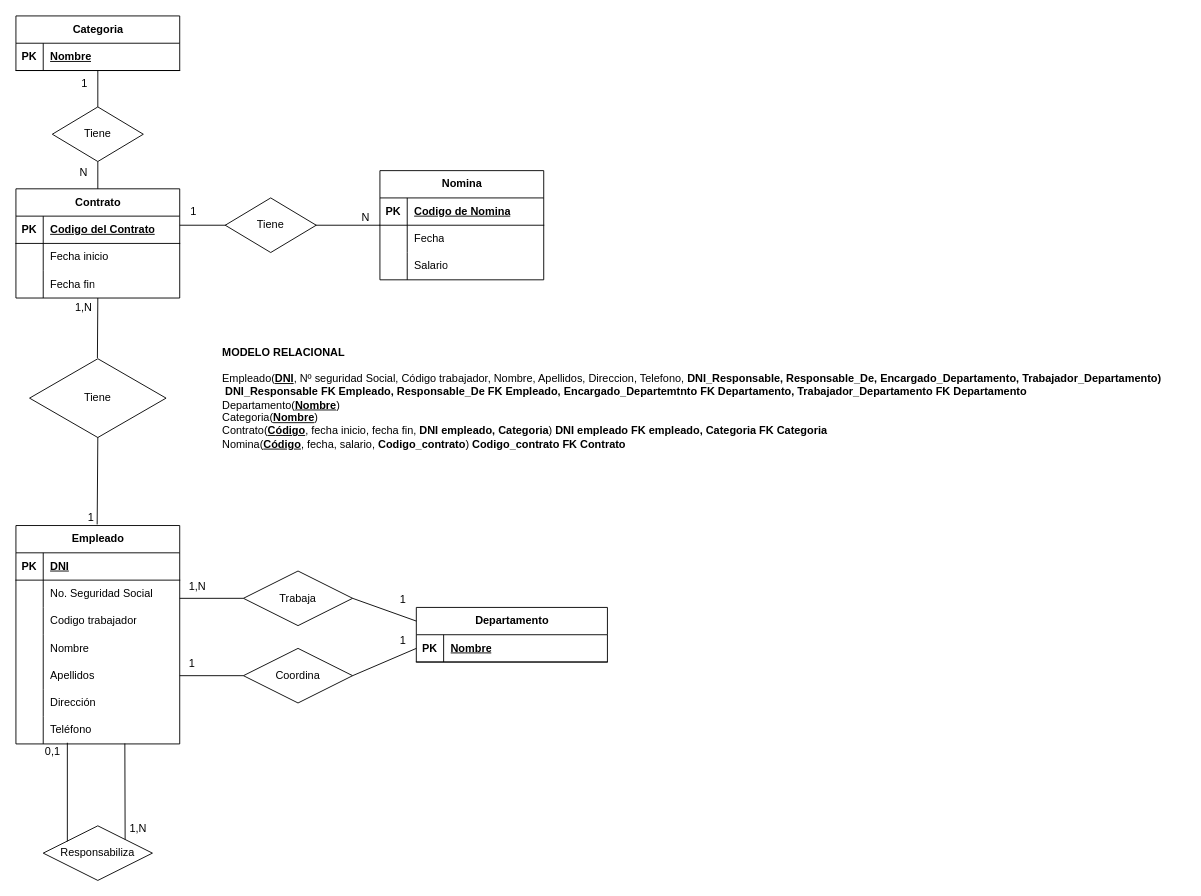
The draw.io diagram Ejercicio_7_Organigrama.drawio in BasementHalfStackDev/ejercicios-ud12, before the edit. Source tidied: cells renumbered, new cells numbered last; positions are measured from the earlier drawing's top-left corner, leaving out a move shared by most shapes. Both pictures are drawn from the tidied source at 91%, with x=0, y=0 at pixel (15, 15).
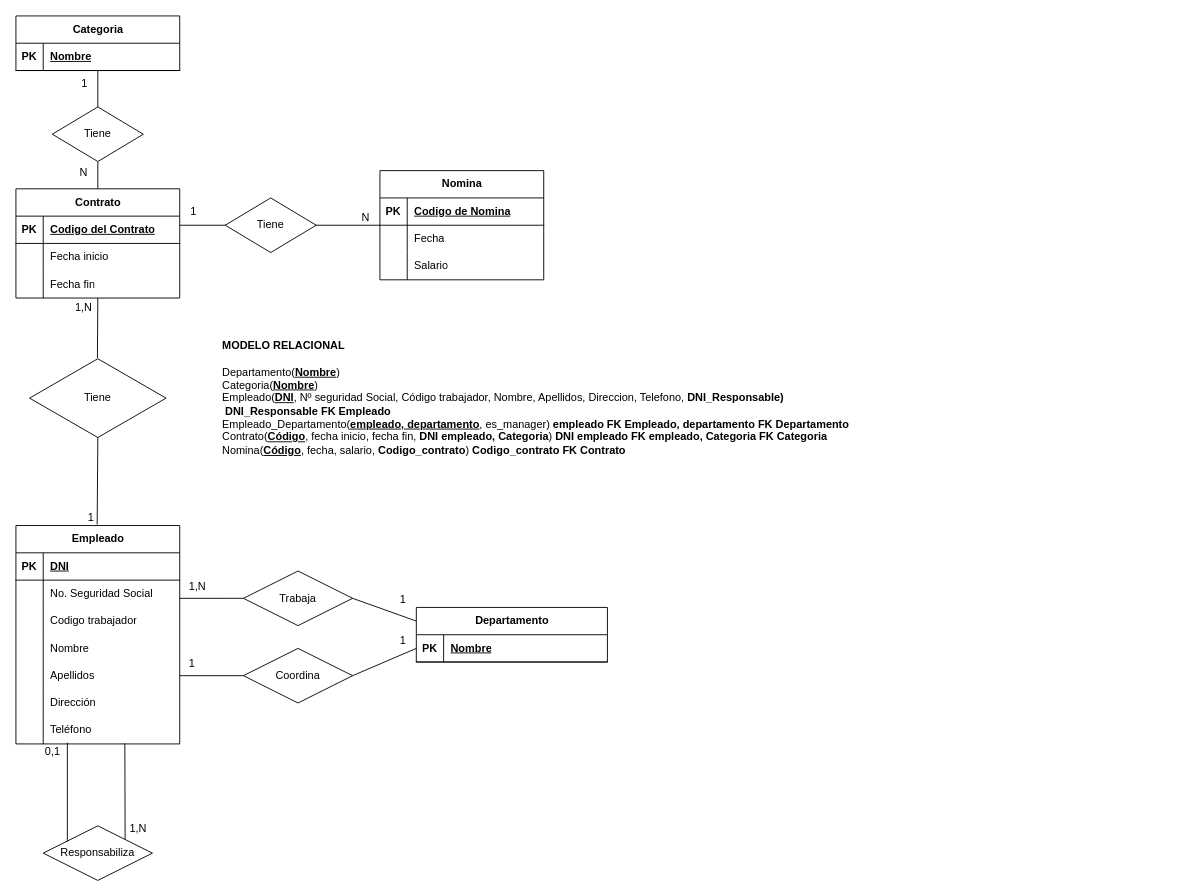
After the change.

The edit, as a diff of the source:
```diff
@@
-    <mxCell id="82" value="&lt;div style=&quot;&quot;&gt;&lt;b&gt;MODELO RELACIONAL&lt;/b&gt;&lt;/div&gt;&lt;div style=&quot;&quot;&gt;&lt;br&gt;&lt;/div&gt;&lt;div style=&quot;&quot;&gt;&lt;span style=&quot;background-color: initial;&quot;&gt;Empleado(&lt;/span&gt;&lt;u style=&quot;background-color: initial; border-color: var(--border-color);&quot;&gt;&lt;b&gt;DNI&lt;/b&gt;&lt;/u&gt;&lt;span style=&quot;background-color: initial;&quot;&gt;, Nº seguridad Social, Código trabajador, Nombre, Apellidos, Direccion, Telefono, &lt;/span&gt;&lt;b style=&quot;background-color: initial;&quot;&gt;DNI_Responsable, Responsable_De, Encargado_Departamento, Trabajador_Departamento)&amp;nbsp;&lt;/b&gt;&lt;/div&gt;&amp;nbsp;&lt;b&gt;DNI_Responsable FK Empleado, Responsable_De FK Empleado, Encargado_Departemtnto FK Departamento, Trabajador_Departamento FK Departamento&lt;/b&gt;&lt;div style=&quot;border-color: var(--border-color);&quot;&gt;Departamento(&lt;u style=&quot;border-color: var(--border-color);&quot;&gt;&lt;b&gt;Nombre&lt;/b&gt;&lt;/u&gt;)&lt;/div&gt;&lt;div style=&quot;border-color: var(--border-color);&quot;&gt;&lt;span style=&quot;background-color: initial;&quot;&gt;Categoria(&lt;b&gt;&lt;u&gt;Nombre&lt;/u&gt;&lt;/b&gt;)&lt;/span&gt;&lt;/div&gt;&lt;div style=&quot;border-color: var(--border-color);&quot;&gt;Contrato(&lt;b&gt;&lt;u&gt;C&lt;/u&gt;&lt;/b&gt;&lt;u style=&quot;border-color: var(--border-color);&quot;&gt;&lt;b&gt;ódigo&lt;/b&gt;&lt;/u&gt;, fecha inicio, fecha fin, &lt;b&gt;DNI empleado, Categoria&lt;/b&gt;)&amp;nbsp;&lt;span style=&quot;background-color: initial;&quot;&gt;&lt;b&gt;DNI empleado FK empleado, Categoria FK Categoria&lt;/b&gt;&lt;/span&gt;&lt;/div&gt;&lt;div style=&quot;border-color: var(--border-color);&quot;&gt;&lt;span style=&quot;background-color: initial;&quot;&gt;Nomina(&lt;u style=&quot;font-weight: bold;&quot;&gt;Código&lt;/u&gt;, fecha, salario, &lt;b&gt;Codigo_contrato&lt;/b&gt;) &lt;b&gt;Codigo_contrato FK Contrato&lt;/b&gt;&lt;/span&gt;&lt;/div&gt;" style="text;html=1;align=left;verticalAlign=middle;strokeColor=none;fillColor=none;" parent="1" vertex="1">
-      <mxGeometry x="225" y="355" width="1060" height="130" as="geometry" />
+    <mxCell id="82" value="&lt;div style=&quot;&quot;&gt;&lt;b&gt;MODELO RELACIONAL&lt;/b&gt;&lt;/div&gt;&lt;div style=&quot;&quot;&gt;&lt;br&gt;&lt;/div&gt;&lt;div style=&quot;&quot;&gt;&lt;div style=&quot;border-color: var(--border-color);&quot;&gt;Departamento(&lt;u style=&quot;border-color: var(--border-color);&quot;&gt;&lt;b style=&quot;border-color: var(--border-color);&quot;&gt;Nombre&lt;/b&gt;&lt;/u&gt;)&lt;/div&gt;&lt;div style=&quot;border-color: var(--border-color);&quot;&gt;Categoria(&lt;b style=&quot;border-color: var(--border-color);&quot;&gt;&lt;u style=&quot;border-color: var(--border-color);&quot;&gt;Nombre&lt;/u&gt;&lt;/b&gt;)&lt;/div&gt;&lt;/div&gt;&lt;div style=&quot;&quot;&gt;&lt;span style=&quot;background-color: initial;&quot;&gt;Empleado(&lt;/span&gt;&lt;u style=&quot;background-color: initial; border-color: var(--border-color);&quot;&gt;&lt;b&gt;DNI&lt;/b&gt;&lt;/u&gt;&lt;span style=&quot;background-color: initial;&quot;&gt;, Nº seguridad Social, Código trabajador, Nombre, Apellidos, Direccion, Telefono, &lt;/span&gt;&lt;b style=&quot;background-color: initial;&quot;&gt;DNI_Responsable)&amp;nbsp;&lt;/b&gt;&lt;/div&gt;&amp;nbsp;&lt;b&gt;DNI_Responsable FK Empleado&lt;/b&gt;&lt;div style=&quot;border-color: var(--border-color);&quot;&gt;Empleado_Departamento(&lt;b&gt;&lt;u&gt;empleado, departamento&lt;/u&gt;&lt;/b&gt;, es_manager) &lt;b&gt;empleado FK Empleado, departamento FK Departamento&lt;/b&gt;&lt;/div&gt;&lt;div style=&quot;border-color: var(--border-color);&quot;&gt;Contrato(&lt;b&gt;&lt;u&gt;C&lt;/u&gt;&lt;/b&gt;&lt;u style=&quot;border-color: var(--border-color);&quot;&gt;&lt;b&gt;ódigo&lt;/b&gt;&lt;/u&gt;, fecha inicio, fecha fin, &lt;b&gt;DNI empleado, Categoria&lt;/b&gt;)&amp;nbsp;&lt;span style=&quot;background-color: initial;&quot;&gt;&lt;b&gt;DNI empleado FK empleado, Categoria FK Categoria&lt;/b&gt;&lt;/span&gt;&lt;/div&gt;&lt;div style=&quot;border-color: var(--border-color);&quot;&gt;&lt;span style=&quot;background-color: initial;&quot;&gt;Nomina(&lt;u style=&quot;font-weight: bold;&quot;&gt;Código&lt;/u&gt;, fecha, salario, &lt;b&gt;Codigo_contrato&lt;/b&gt;) &lt;b&gt;Codigo_contrato FK Contrato&lt;/b&gt;&lt;/span&gt;&lt;/div&gt;" style="text;html=1;align=left;verticalAlign=middle;strokeColor=none;fillColor=none;" parent="1" vertex="1">
+      <mxGeometry x="225" y="350" width="710" height="140" as="geometry" />
     </mxCell>
```
